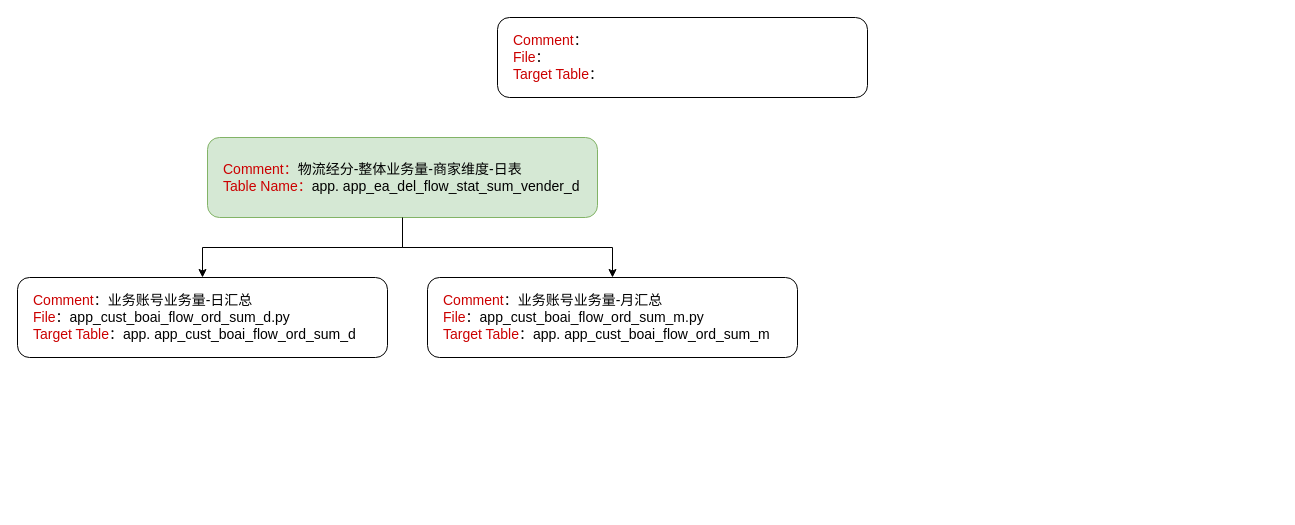
tristayan/ck keeps this draw.io diagram as 存客增长画像基础建设.drawio. Above is the earlier version. Source tidied: cells renumbered, new cells numbered last; positions are measured from the earlier drawing's top-left corner, leaving out a move shared by most shapes. Both pictures are drawn from the tidied source at 100%, with x=0, y=0 at pixel (17, 17).
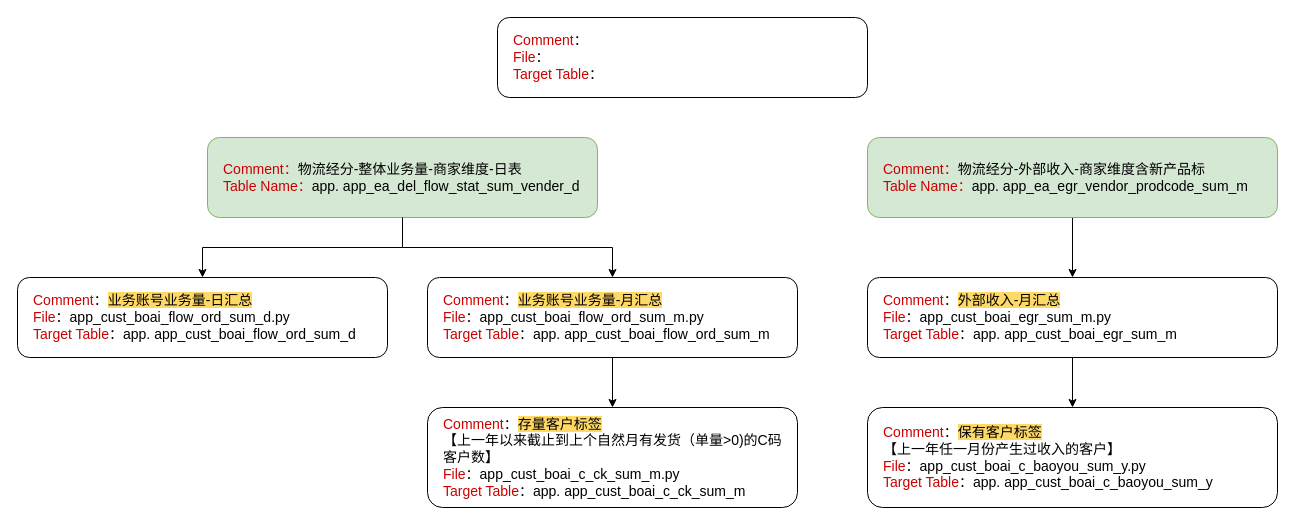
Above is the later version.

Commit message:
更新存客增长画像基础建设.drawio

Change to the diagram source:
```diff
@@
 <mxGraphModel>
   <root>
     <mxCell id="0" />
     <mxCell id="1" parent="0" />
     <mxCell id="2" value="&lt;font color=&quot;#cc0000&quot; style=&quot;font-size: 14px;&quot;&gt;Comment&lt;/font&gt;：&lt;font color=&quot;#cc0000&quot; style=&quot;font-size: 14px;&quot;&gt;&lt;br style=&quot;font-size: 14px;&quot;&gt;File&lt;/font&gt;：&lt;br style=&quot;font-size: 14px;&quot;&gt;&lt;font color=&quot;#cc0000&quot; style=&quot;font-size: 14px;&quot;&gt;Target Table&lt;/font&gt;：" style="rounded=1;whiteSpace=wrap;html=1;align=left;fontSize=14;spacing=16;spacingTop=0;spacingRight=0;" parent="1" vertex="1">
       <mxGeometry x="480" width="370" height="80" as="geometry" />
     </mxCell>
-    <mxCell id="3" value="&lt;font color=&quot;#cc0000&quot; style=&quot;font-size: 14px;&quot;&gt;Comment&lt;/font&gt;：业务账号业务量-日汇总&lt;br style=&quot;font-size: 14px;&quot;&gt;&lt;font color=&quot;#cc0000&quot; style=&quot;font-size: 14px;&quot;&gt;File&lt;/font&gt;：app_cust_boai_flow_ord_sum_d.py&lt;br style=&quot;font-size: 14px;&quot;&gt;&lt;font color=&quot;#cc0000&quot; style=&quot;font-size: 14px;&quot;&gt;Target Table&lt;/font&gt;：app.&amp;nbsp;app_cust_boai_flow_ord_sum_d" style="rounded=1;whiteSpace=wrap;html=1;align=left;fontSize=14;spacing=16;spacingTop=0;spacingRight=0;" parent="1" vertex="1">
+    <mxCell id="3" value="&lt;font color=&quot;#cc0000&quot; style=&quot;font-size: 14px;&quot;&gt;Comment&lt;/font&gt;：&lt;span style=&quot;background-color: rgb(255, 217, 102);&quot;&gt;业务账号业务量-日汇总&lt;/span&gt;&lt;br style=&quot;font-size: 14px;&quot;&gt;&lt;font color=&quot;#cc0000&quot; style=&quot;font-size: 14px;&quot;&gt;File&lt;/font&gt;：app_cust_boai_flow_ord_sum_d.py&lt;br style=&quot;font-size: 14px;&quot;&gt;&lt;font color=&quot;#cc0000&quot; style=&quot;font-size: 14px;&quot;&gt;Target Table&lt;/font&gt;：app.&amp;nbsp;app_cust_boai_flow_ord_sum_d" style="rounded=1;whiteSpace=wrap;html=1;align=left;fontSize=14;spacing=16;spacingTop=0;spacingRight=0;" parent="1" vertex="1">
       <mxGeometry y="260" width="370" height="80" as="geometry" />
     </mxCell>
     <mxCell id="4" style="edgeStyle=orthogonalEdgeStyle;rounded=0;jettySize=auto;html=1;fontSize=14;spacing=16;spacingTop=0;spacingRight=0;" parent="1" edge="1" source="5" target="7">
       <mxGeometry relative="1" as="geometry" />
     </mxCell>
     <mxCell id="5" value="&lt;font color=&quot;#cc0000&quot;&gt;Comment：&lt;/font&gt;物流经分-整体业务量-商家维度-日表&lt;br&gt;&lt;font color=&quot;#cc0000&quot;&gt;Table Name：&lt;/font&gt;app.&amp;nbsp;app_ea_del_flow_stat_sum_vender_d" style="rounded=1;align=left;fontSize=14;fillColor=#d5e8d4;strokeColor=#82b366;html=1;whiteSpace=wrap;spacing=16;spacingTop=0;spacingRight=0;" parent="1" vertex="1">
       <mxGeometry x="190" y="120" width="390" height="80" as="geometry" />
     </mxCell>
     <mxCell id="6" style="edgeStyle=orthogonalEdgeStyle;rounded=0;jettySize=auto;html=1;entryX=0.5;entryY=0;entryDx=0;entryDy=0;fontSize=14;spacing=16;spacingTop=0;spacingRight=0;" parent="1" edge="1" source="5" target="3">
       <mxGeometry relative="1" as="geometry" />
     </mxCell>
+    <mxCell id="8" style="edgeStyle=orthogonalEdgeStyle;rounded=0;jettySize=auto;html=1;entryX=0.5;entryY=0;entryDx=0;entryDy=0;" parent="1" edge="1" source="7" target="14">
+      <mxGeometry relative="1" as="geometry" />
+    </mxCell>
-    <mxCell id="7" value="&lt;font color=&quot;#cc0000&quot; style=&quot;font-size: 14px;&quot;&gt;Comment&lt;/font&gt;：业务账号业务量-月汇总&lt;br style=&quot;font-size: 14px;&quot;&gt;&lt;font color=&quot;#cc0000&quot; style=&quot;font-size: 14px;&quot;&gt;File&lt;/font&gt;：app_cust_boai_flow_ord_sum_m.py&lt;br style=&quot;font-size: 14px;&quot;&gt;&lt;font color=&quot;#cc0000&quot; style=&quot;font-size: 14px;&quot;&gt;Target Table&lt;/font&gt;：app.&amp;nbsp;app_cust_boai_flow_ord_sum_m" style="rounded=1;whiteSpace=wrap;html=1;align=left;fontSize=14;spacing=16;spacingTop=0;spacingRight=0;" parent="1" vertex="1">
+    <mxCell id="7" value="&lt;font color=&quot;#cc0000&quot; style=&quot;font-size: 14px;&quot;&gt;Comment&lt;/font&gt;：&lt;span style=&quot;background-color: rgb(255, 217, 102);&quot;&gt;业务账号业务量-月汇总&lt;/span&gt;&lt;br style=&quot;font-size: 14px;&quot;&gt;&lt;font color=&quot;#cc0000&quot; style=&quot;font-size: 14px;&quot;&gt;File&lt;/font&gt;：app_cust_boai_flow_ord_sum_m.py&lt;br style=&quot;font-size: 14px;&quot;&gt;&lt;font color=&quot;#cc0000&quot; style=&quot;font-size: 14px;&quot;&gt;Target Table&lt;/font&gt;：app.&amp;nbsp;app_cust_boai_flow_ord_sum_m" style="rounded=1;whiteSpace=wrap;html=1;align=left;fontSize=14;spacing=16;spacingTop=0;spacingRight=0;" parent="1" vertex="1">
       <mxGeometry x="410" y="260" width="370" height="80" as="geometry" />
     </mxCell>
+    <mxCell id="9" style="edgeStyle=orthogonalEdgeStyle;rounded=0;jettySize=auto;html=1;entryX=0.5;entryY=0;entryDx=0;entryDy=0;" parent="1" edge="1" source="10" target="12">
+      <mxGeometry relative="1" as="geometry" />
+    </mxCell>
+    <mxCell id="10" value="&lt;font color=&quot;#cc0000&quot;&gt;Comment：&lt;/font&gt;物流经分-外部收入-商家维度含新产品标&lt;br&gt;&lt;font color=&quot;#cc0000&quot;&gt;Table Name：&lt;/font&gt;app.&amp;nbsp;app_ea_egr_vendor_prodcode_sum_m" style="rounded=1;align=left;fontSize=14;fillColor=#d5e8d4;strokeColor=#82b366;html=1;whiteSpace=wrap;spacing=16;spacingTop=0;spacingRight=0;" parent="1" vertex="1">
+      <mxGeometry x="850" y="120" width="410" height="80" as="geometry" />
+    </mxCell>
+    <mxCell id="11" style="edgeStyle=orthogonalEdgeStyle;rounded=0;jettySize=auto;html=1;entryX=0.5;entryY=0;entryDx=0;entryDy=0;" parent="1" edge="1" source="12" target="13">
+      <mxGeometry relative="1" as="geometry" />
+    </mxCell>
+    <mxCell id="12" value="&lt;font color=&quot;#cc0000&quot; style=&quot;font-size: 14px;&quot;&gt;Comment&lt;/font&gt;：&lt;span style=&quot;background-color: rgb(255, 217, 102);&quot;&gt;外部收入-月汇总&lt;/span&gt;&lt;br&gt;&lt;font color=&quot;#cc0000&quot; style=&quot;font-size: 14px;&quot;&gt;File&lt;/font&gt;：app_cust_boai_egr_sum_m&lt;span style=&quot;background-color: initial;&quot;&gt;.py&lt;/span&gt;&lt;br&gt;&lt;font color=&quot;#cc0000&quot; style=&quot;font-size: 14px;&quot;&gt;Target Table&lt;/font&gt;：app.&amp;nbsp;app_cust_boai_egr_sum_m" style="rounded=1;whiteSpace=wrap;html=1;align=left;fontSize=14;spacing=16;spacingTop=0;spacingRight=0;" parent="1" vertex="1">
+      <mxGeometry x="850" y="260" width="410" height="80" as="geometry" />
+    </mxCell>
+    <mxCell id="13" value="&lt;font color=&quot;#cc0000&quot; style=&quot;font-size: 14px;&quot;&gt;Comment&lt;/font&gt;：&lt;span style=&quot;background-color: rgb(255, 217, 102);&quot;&gt;保有客户标签&lt;/span&gt;&lt;br&gt;【上一年任一月份产生过收入的客户】&lt;br&gt;&lt;font color=&quot;#cc0000&quot; style=&quot;font-size: 14px;&quot;&gt;File&lt;/font&gt;：app_cust_boai_c_baoyou_sum_y&lt;span style=&quot;background-color: initial;&quot;&gt;.py&lt;/span&gt;&lt;br&gt;&lt;font color=&quot;#cc0000&quot; style=&quot;font-size: 14px;&quot;&gt;Target Table&lt;/font&gt;：app. app_cust_boai_c_baoyou_sum_y" style="rounded=1;whiteSpace=wrap;html=1;align=left;fontSize=14;spacing=16;spacingTop=0;spacingRight=0;" parent="1" vertex="1">
+      <mxGeometry x="850" y="390" width="410" height="100" as="geometry" />
+    </mxCell>
+    <mxCell id="14" value="&lt;font color=&quot;#cc0000&quot; style=&quot;font-size: 14px;&quot;&gt;Comment&lt;/font&gt;：&lt;span style=&quot;background-color: rgb(255, 217, 102);&quot;&gt;存量客户标签&lt;/span&gt;&lt;br&gt;【上一年以来截止到上个自然月有发货（单量&amp;gt;0)的C码客户数】&lt;br&gt;&lt;font color=&quot;#cc0000&quot; style=&quot;font-size: 14px;&quot;&gt;File&lt;/font&gt;：app_cust_boai_c_ck_sum_m&lt;span style=&quot;background-color: initial;&quot;&gt;.py&lt;/span&gt;&lt;br&gt;&lt;font color=&quot;#cc0000&quot; style=&quot;font-size: 14px;&quot;&gt;Target Table&lt;/font&gt;：app. app_cust_boai_c_ck_sum_m" style="rounded=1;whiteSpace=wrap;html=1;align=left;fontSize=14;spacing=16;spacingTop=0;spacingRight=0;" parent="1" vertex="1">
+      <mxGeometry x="410" y="390" width="370" height="100" as="geometry" />
+    </mxCell>
   </root>
 </mxGraphModel>
```
